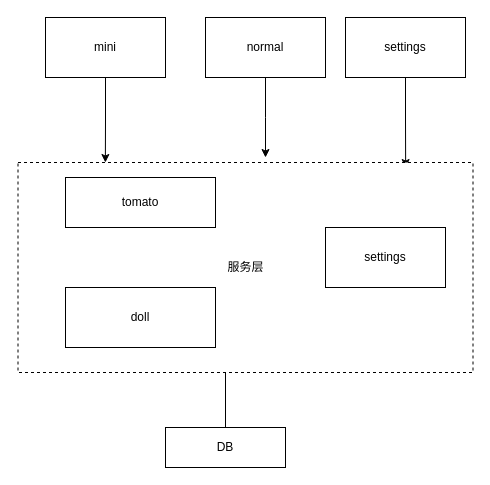
Above: Untitled Diagram.drawio in lbb2446/desktopElf (draw.io), before the change. Source tidied: cells renumbered, new cells numbered last; positions are measured from the earlier drawing's top-left corner, leaving out a move shared by most shapes. Both pictures are drawn from the tidied source at 100%, with x=0, y=0 at pixel (17, 17).
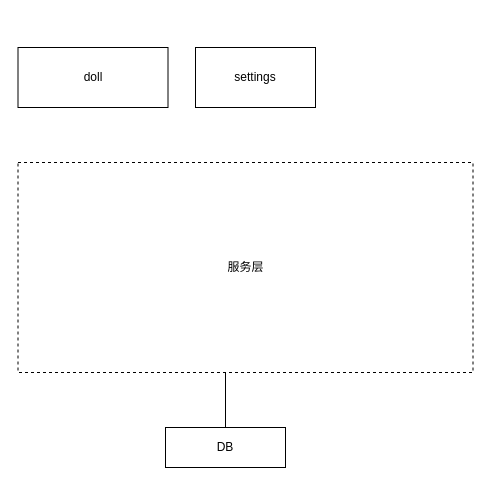
After the change.

Change to the diagram source:
```diff
@@
 <mxGraphModel>
   <root>
     <mxCell id="0" />
     <mxCell id="1" parent="0" />
-    <mxCell id="2" style="edgeStyle=orthogonalEdgeStyle;rounded=0;jettySize=auto;html=1;exitX=0.5;exitY=1;exitDx=0;exitDy=0;entryX=0.192;entryY=0;entryDx=0;entryDy=0;entryPerimeter=0;" parent="1" edge="1" source="3" target="10">
-      <mxGeometry relative="1" as="geometry" />
-    </mxCell>
-    <mxCell id="3" value="mini" style="rounded=0;whiteSpace=wrap;html=1;" parent="1" vertex="1">
-      <mxGeometry x="28" width="120" height="60" as="geometry" />
-    </mxCell>
-    <mxCell id="4" style="edgeStyle=orthogonalEdgeStyle;rounded=0;jettySize=auto;html=1;" parent="1" edge="1" source="5">
-      <mxGeometry relative="1" as="geometry">
-        <mxPoint x="248" y="140" as="targetPoint" />
-      </mxGeometry>
-    </mxCell>
-    <mxCell id="5" value="normal" style="rounded=0;whiteSpace=wrap;html=1;" parent="1" vertex="1">
-      <mxGeometry x="188" width="120" height="60" as="geometry" />
-    </mxCell>
-    <mxCell id="6" style="edgeStyle=orthogonalEdgeStyle;rounded=0;jettySize=auto;html=1;entryX=0.852;entryY=0.024;entryDx=0;entryDy=0;entryPerimeter=0;" parent="1" edge="1" source="7" target="10">
-      <mxGeometry relative="1" as="geometry" />
-    </mxCell>
-    <mxCell id="7" value="settings" style="rounded=0;whiteSpace=wrap;html=1;" parent="1" vertex="1">
-      <mxGeometry x="328" width="120" height="60" as="geometry" />
-    </mxCell>
     <mxCell id="8" style="edgeStyle=orthogonalEdgeStyle;rounded=0;jettySize=auto;html=1;" parent="1" edge="1" source="9">
       <mxGeometry relative="1" as="geometry">
         <mxPoint x="208" y="340" as="targetPoint" />
       </mxGeometry>
     </mxCell>
     <mxCell id="9" value="DB" style="rounded=0;whiteSpace=wrap;html=1;" parent="1" vertex="1">
       <mxGeometry x="148" y="410" width="120" height="40" as="geometry" />
     </mxCell>
     <mxCell id="10" value="服务层" style="rounded=0;whiteSpace=wrap;html=1;dashed=1;" parent="1" vertex="1">
       <mxGeometry x="0.5" y="145" width="455" height="210" as="geometry" />
     </mxCell>
-    <mxCell id="11" value="tomato" style="rounded=0;whiteSpace=wrap;html=1;" parent="1" vertex="1">
-      <mxGeometry x="48" y="160" width="150" height="50" as="geometry" />
-    </mxCell>
     <mxCell id="12" value="doll" style="rounded=0;whiteSpace=wrap;html=1;" parent="1" vertex="1">
-      <mxGeometry x="48" y="270" width="150" height="60" as="geometry" />
+      <mxGeometry x="0.5" y="30" width="150" height="60" as="geometry" />
     </mxCell>
     <mxCell id="13" value="settings" style="rounded=0;whiteSpace=wrap;html=1;" parent="1" vertex="1">
-      <mxGeometry x="308" y="210" width="120" height="60" as="geometry" />
+      <mxGeometry x="178" y="30" width="120" height="60" as="geometry" />
     </mxCell>
   </root>
 </mxGraphModel>
```
